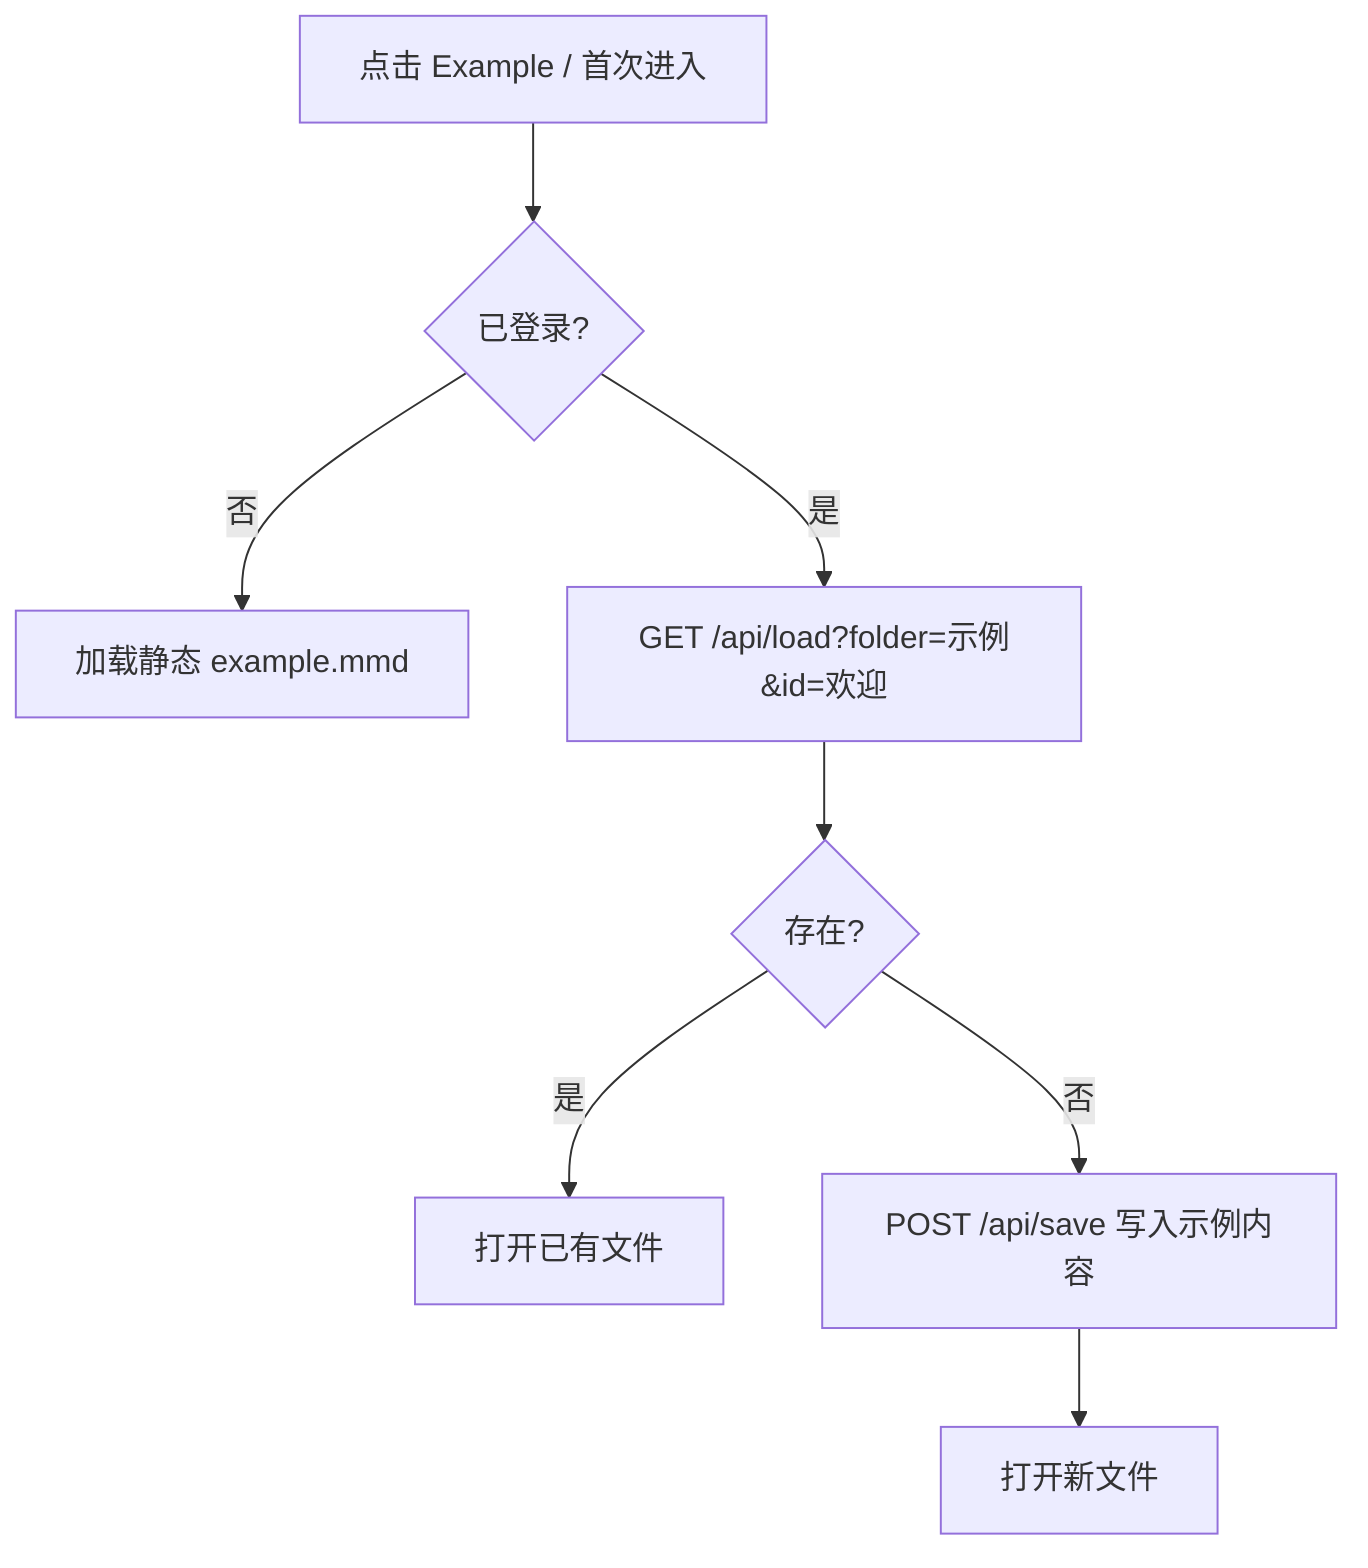
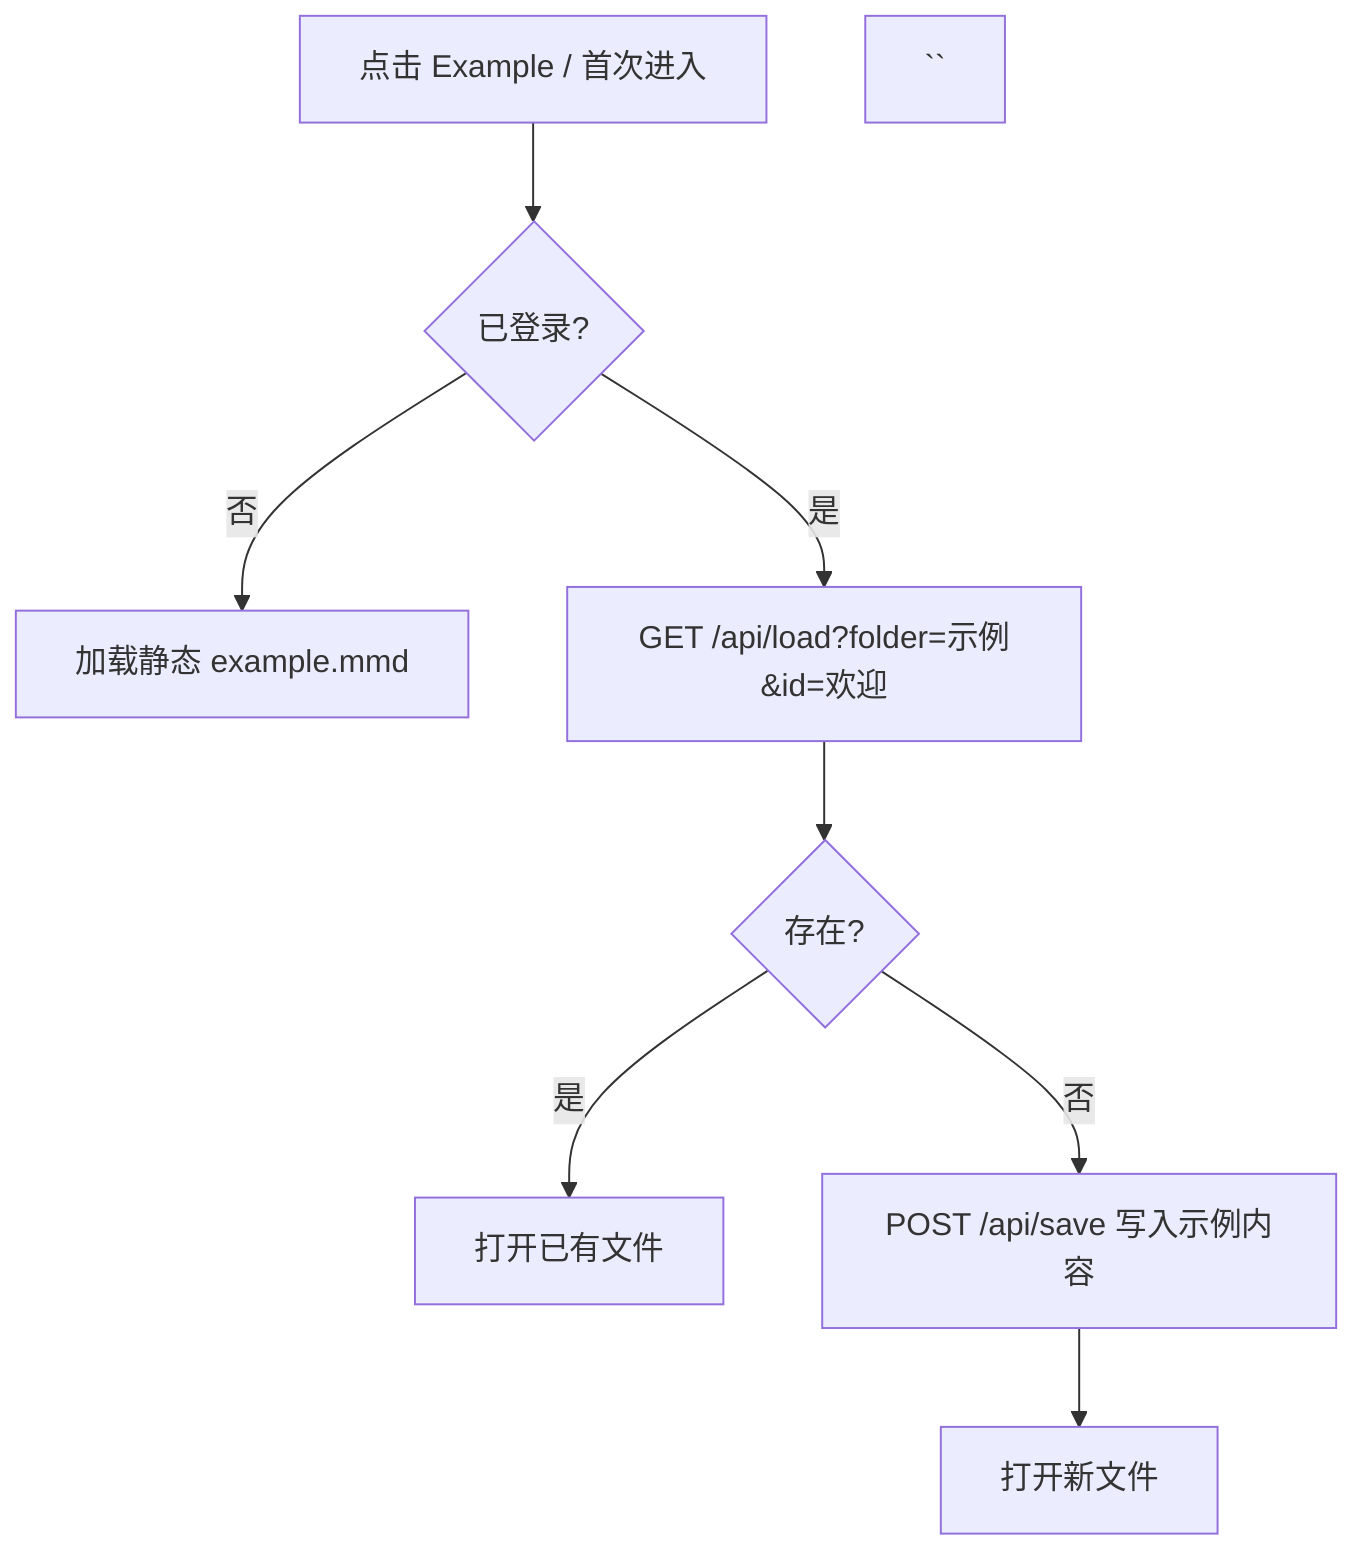
```mermaid
flowchart TB
  clickExample[点击 Example / 首次进入]
  clickExample --> loggedIn{已登录?}
  loggedIn -->|否| staticLoad[加载静态 example.mmd]
  loggedIn -->|是| tryLoad["GET /api/load?folder=示例&id=欢迎"]
  tryLoad --> exists{存在?}
  exists -->|是| openExisting[打开已有文件]
  exists -->|否| seedSave["POST /api/save 写入示例内容"]
  seedSave --> openNew[打开新文件]
- ```+ ``